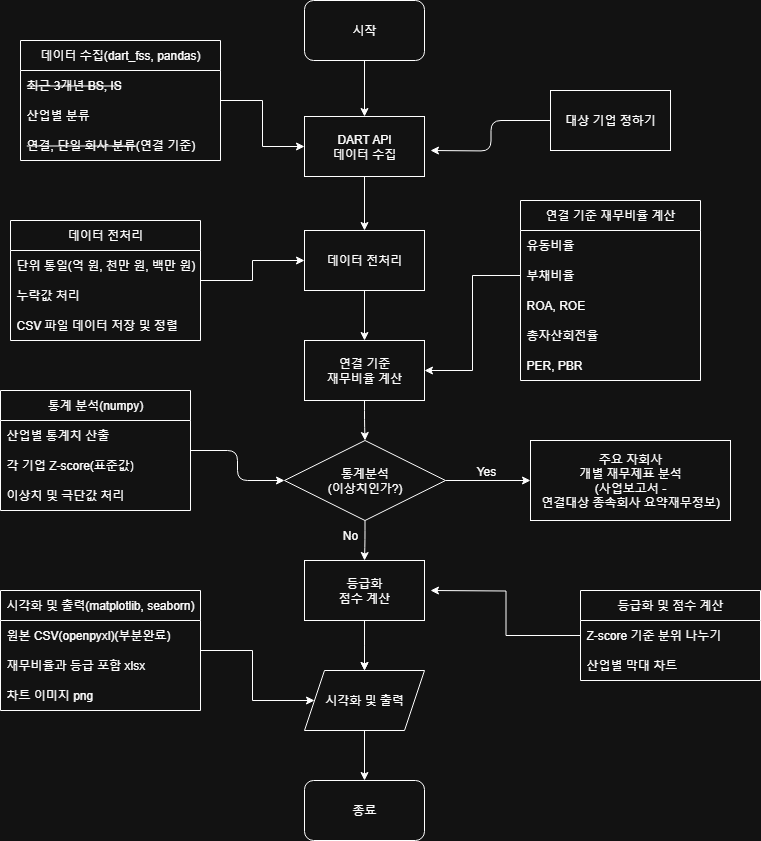
This is flowchart.png from Kumo139/dart_project, a draw.io export, as it was before one commit. Source tidied: cells renumbered, new cells last; positions are measured from the earlier drawing's top-left corner, leaving out a move shared by most shapes. The source it was exported from:
```xml
<mxGraphModel>
  <root>
    <mxCell id="0" />
    <mxCell id="1" parent="0" />
    <mxCell id="2" style="edgeStyle=orthogonalEdgeStyle;rounded=0;jettySize=auto;html=1;labelBackgroundColor=none;fontColor=default;entryX=0.5;entryY=0;entryDx=0;entryDy=0;" parent="1" edge="1" source="3" target="5">
      <mxGeometry relative="1" as="geometry" />
    </mxCell>
    <mxCell id="3" value="시작" style="rounded=1;whiteSpace=wrap;html=1;labelBackgroundColor=none;" parent="1" vertex="1">
      <mxGeometry x="304" width="120" height="60" as="geometry" />
    </mxCell>
    <mxCell id="4" style="edgeStyle=orthogonalEdgeStyle;rounded=0;jettySize=auto;html=1;labelBackgroundColor=none;fontColor=default;" parent="1" edge="1" source="5" target="7">
      <mxGeometry relative="1" as="geometry" />
    </mxCell>
    <mxCell id="5" value="DART API&lt;br&gt;데이터 수집" style="rounded=0;whiteSpace=wrap;html=1;labelBackgroundColor=none;" parent="1" vertex="1">
      <mxGeometry x="304" y="116" width="120" height="60" as="geometry" />
    </mxCell>
    <mxCell id="6" style="edgeStyle=orthogonalEdgeStyle;rounded=0;jettySize=auto;html=1;labelBackgroundColor=none;fontColor=default;" parent="1" edge="1" source="7" target="9">
      <mxGeometry relative="1" as="geometry" />
    </mxCell>
    <mxCell id="7" value="데이터 전처리" style="rounded=0;whiteSpace=wrap;html=1;labelBackgroundColor=none;" parent="1" vertex="1">
      <mxGeometry x="304" y="230" width="120" height="60" as="geometry" />
    </mxCell>
    <mxCell id="8" style="edgeStyle=orthogonalEdgeStyle;jettySize=auto;html=1;" parent="1" edge="1" source="9" target="51">
      <mxGeometry relative="1" as="geometry" />
    </mxCell>
    <mxCell id="9" value="&lt;div&gt;연결 기준&lt;/div&gt;재무비율 계산" style="rounded=0;whiteSpace=wrap;html=1;labelBackgroundColor=none;" parent="1" vertex="1">
      <mxGeometry x="304" y="340" width="120" height="60" as="geometry" />
    </mxCell>
    <mxCell id="10" style="edgeStyle=orthogonalEdgeStyle;rounded=0;jettySize=auto;html=1;labelBackgroundColor=none;fontColor=default;" parent="1" edge="1" source="11">
      <mxGeometry relative="1" as="geometry">
        <mxPoint x="364" y="670" as="targetPoint" />
      </mxGeometry>
    </mxCell>
    <mxCell id="11" value="등급화&lt;div&gt;점수 계산&lt;/div&gt;" style="rounded=0;whiteSpace=wrap;html=1;labelBackgroundColor=none;" parent="1" vertex="1">
      <mxGeometry x="304" y="560" width="120" height="60" as="geometry" />
    </mxCell>
    <mxCell id="12" style="edgeStyle=orthogonalEdgeStyle;rounded=0;jettySize=auto;html=1;labelBackgroundColor=none;fontColor=default;" parent="1" edge="1" source="13" target="32">
      <mxGeometry relative="1" as="geometry" />
    </mxCell>
    <mxCell id="13" value="시각화 및 출력" style="shape=parallelogram;perimeter=parallelogramPerimeter;whiteSpace=wrap;html=1;fixedSize=1;labelBackgroundColor=none;" parent="1" vertex="1">
      <mxGeometry x="304" y="670" width="120" height="60" as="geometry" />
    </mxCell>
    <mxCell id="14" style="edgeStyle=orthogonalEdgeStyle;rounded=0;jettySize=auto;html=1;entryX=0;entryY=0.5;entryDx=0;entryDy=0;labelBackgroundColor=none;fontColor=default;" parent="1" edge="1" source="15" target="5">
      <mxGeometry relative="1" as="geometry" />
    </mxCell>
    <mxCell id="15" value="데이터 수집(dart_fss, pandas)" style="swimlane;fontStyle=0;horizontal=1;startSize=30;whiteSpace=wrap;html=1;labelBackgroundColor=none;" parent="1" vertex="1">
      <mxGeometry x="20" y="40" width="200" height="120" as="geometry" />
    </mxCell>
    <mxCell id="16" value="&lt;strike&gt;최근 3개년 BS, IS&lt;/strike&gt;" style="text;strokeColor=none;fillColor=none;align=left;verticalAlign=middle;spacingLeft=4;spacingRight=4;overflow=hidden;whiteSpace=wrap;html=1;labelBackgroundColor=none;" parent="15" vertex="1">
      <mxGeometry y="30" width="200" height="30" as="geometry" />
    </mxCell>
    <mxCell id="17" value="산업별 분류" style="text;strokeColor=none;fillColor=none;align=left;verticalAlign=middle;spacingLeft=4;spacingRight=4;overflow=hidden;whiteSpace=wrap;html=1;labelBackgroundColor=none;" parent="15" vertex="1">
      <mxGeometry y="60" width="200" height="30" as="geometry" />
    </mxCell>
    <mxCell id="18" value="&lt;strike&gt;연결, 단일 회사 분류&lt;/strike&gt;(연결 기준)" style="text;strokeColor=none;fillColor=none;align=left;verticalAlign=middle;spacingLeft=4;spacingRight=4;overflow=hidden;whiteSpace=wrap;html=1;labelBackgroundColor=none;" parent="15" vertex="1">
      <mxGeometry y="90" width="200" height="30" as="geometry" />
    </mxCell>
    <mxCell id="19" style="edgeStyle=orthogonalEdgeStyle;rounded=0;jettySize=auto;html=1;entryX=0;entryY=0.5;entryDx=0;entryDy=0;labelBackgroundColor=none;fontColor=default;" parent="1" edge="1" source="20" target="7">
      <mxGeometry relative="1" as="geometry" />
    </mxCell>
    <mxCell id="20" value="데이터 전처리" style="swimlane;fontStyle=0;horizontal=1;startSize=30;whiteSpace=wrap;html=1;labelBackgroundColor=none;" parent="1" vertex="1">
      <mxGeometry x="10" y="220" width="190" height="120" as="geometry" />
    </mxCell>
    <mxCell id="21" value="단위 통일(억 원, 천만 원, 백만 원)" style="text;strokeColor=none;fillColor=none;align=left;verticalAlign=middle;spacingLeft=4;spacingRight=4;overflow=hidden;whiteSpace=wrap;html=1;labelBackgroundColor=none;" parent="20" vertex="1">
      <mxGeometry y="30" width="190" height="30" as="geometry" />
    </mxCell>
    <mxCell id="22" value="누락값 처리" style="text;strokeColor=none;fillColor=none;align=left;verticalAlign=middle;spacingLeft=4;spacingRight=4;overflow=hidden;whiteSpace=wrap;html=1;labelBackgroundColor=none;" parent="20" vertex="1">
      <mxGeometry y="60" width="190" height="30" as="geometry" />
    </mxCell>
    <mxCell id="23" value="CSV 파일 데이터 저장 및 정렬" style="text;strokeColor=none;fillColor=none;align=left;verticalAlign=middle;spacingLeft=4;spacingRight=4;overflow=hidden;whiteSpace=wrap;html=1;labelBackgroundColor=none;" parent="20" vertex="1">
      <mxGeometry y="90" width="190" height="30" as="geometry" />
    </mxCell>
    <mxCell id="24" value="연결 기준 재무비율 계산" style="swimlane;fontStyle=0;horizontal=1;startSize=30;whiteSpace=wrap;html=1;labelBackgroundColor=none;" parent="1" vertex="1">
      <mxGeometry x="520" y="200" width="180" height="180" as="geometry" />
    </mxCell>
    <mxCell id="25" value="유동비율" style="text;strokeColor=none;fillColor=none;align=left;verticalAlign=middle;spacingLeft=4;spacingRight=4;overflow=hidden;whiteSpace=wrap;html=1;labelBackgroundColor=none;" parent="24" vertex="1">
      <mxGeometry y="30" width="180" height="30" as="geometry" />
    </mxCell>
    <mxCell id="26" value="부채비율" style="text;strokeColor=none;fillColor=none;align=left;verticalAlign=middle;spacingLeft=4;spacingRight=4;overflow=hidden;points=[[0,0.5],[1,0.5]];portConstraint=eastwest;whiteSpace=wrap;html=1;labelBackgroundColor=none;" parent="24" vertex="1">
      <mxGeometry y="60" width="180" height="30" as="geometry" />
    </mxCell>
    <mxCell id="27" value="ROA, ROE" style="text;strokeColor=none;fillColor=none;align=left;verticalAlign=middle;spacingLeft=4;spacingRight=4;overflow=hidden;whiteSpace=wrap;html=1;labelBackgroundColor=none;" parent="24" vertex="1">
      <mxGeometry y="90" width="180" height="30" as="geometry" />
    </mxCell>
    <mxCell id="28" value="총자산회전율" style="text;strokeColor=none;fillColor=none;align=left;verticalAlign=middle;spacingLeft=4;spacingRight=4;overflow=hidden;whiteSpace=wrap;html=1;labelBackgroundColor=none;" parent="24" vertex="1">
      <mxGeometry y="120" width="180" height="30" as="geometry" />
    </mxCell>
    <mxCell id="29" value="PER, PBR" style="text;strokeColor=none;fillColor=none;align=left;verticalAlign=middle;spacingLeft=4;spacingRight=4;overflow=hidden;whiteSpace=wrap;html=1;labelBackgroundColor=none;" parent="24" vertex="1">
      <mxGeometry y="150" width="180" height="30" as="geometry" />
    </mxCell>
    <mxCell id="30" style="edgeStyle=orthogonalEdgeStyle;rounded=0;jettySize=auto;html=1;entryX=1;entryY=0.5;entryDx=0;entryDy=0;labelBackgroundColor=none;fontColor=default;" parent="1" edge="1" source="26" target="9">
      <mxGeometry relative="1" as="geometry" />
    </mxCell>
    <mxCell id="31" style="edgeStyle=orthogonalEdgeStyle;rounded=0;jettySize=auto;html=1;labelBackgroundColor=none;fontColor=default;" parent="1" edge="1" source="11">
      <mxGeometry relative="1" as="geometry">
        <mxPoint x="364" y="670" as="targetPoint" />
        <Array as="points">
          <mxPoint x="364" y="645" />
          <mxPoint x="364" y="645" />
        </Array>
      </mxGeometry>
    </mxCell>
    <mxCell id="32" value="종료" style="rounded=1;whiteSpace=wrap;html=1;labelBackgroundColor=none;" parent="1" vertex="1">
      <mxGeometry x="304" y="780" width="120" height="60" as="geometry" />
    </mxCell>
    <mxCell id="33" style="edgeStyle=orthogonalEdgeStyle;jettySize=auto;html=1;" parent="1" edge="1" source="34" target="51">
      <mxGeometry relative="1" as="geometry" />
    </mxCell>
    <mxCell id="34" value="통계 분석(numpy)" style="swimlane;fontStyle=0;horizontal=1;startSize=30;whiteSpace=wrap;html=1;labelBackgroundColor=none;" parent="1" vertex="1">
      <mxGeometry y="390" width="190" height="120" as="geometry" />
    </mxCell>
    <mxCell id="35" value="산업별 통계치 산출" style="text;strokeColor=none;fillColor=none;align=left;verticalAlign=middle;spacingLeft=4;spacingRight=4;overflow=hidden;whiteSpace=wrap;html=1;labelBackgroundColor=none;" parent="34" vertex="1">
      <mxGeometry y="30" width="190" height="30" as="geometry" />
    </mxCell>
    <mxCell id="36" value="각 기업 Z-score(표준값)" style="text;strokeColor=none;fillColor=none;align=left;verticalAlign=middle;spacingLeft=4;spacingRight=4;overflow=hidden;whiteSpace=wrap;html=1;labelBackgroundColor=none;" parent="34" vertex="1">
      <mxGeometry y="60" width="190" height="30" as="geometry" />
    </mxCell>
    <mxCell id="37" value="이상치 및 극단값 처리" style="text;strokeColor=none;fillColor=none;align=left;verticalAlign=middle;spacingLeft=4;spacingRight=4;overflow=hidden;whiteSpace=wrap;html=1;labelBackgroundColor=none;" parent="34" vertex="1">
      <mxGeometry y="90" width="190" height="30" as="geometry" />
    </mxCell>
    <mxCell id="38" style="edgeStyle=orthogonalEdgeStyle;rounded=0;jettySize=auto;html=1;labelBackgroundColor=none;fontColor=default;" parent="1" edge="1" source="39">
      <mxGeometry relative="1" as="geometry">
        <mxPoint x="430" y="590" as="targetPoint" />
      </mxGeometry>
    </mxCell>
    <mxCell id="39" value="등급화 및 점수 계산" style="swimlane;fontStyle=0;horizontal=1;startSize=30;whiteSpace=wrap;html=1;labelBackgroundColor=none;" parent="1" vertex="1">
      <mxGeometry x="580" y="590" width="180" height="90" as="geometry" />
    </mxCell>
    <mxCell id="40" value="Z-score 기준 분위 나누기" style="text;strokeColor=none;fillColor=none;align=left;verticalAlign=middle;spacingLeft=4;spacingRight=4;overflow=hidden;whiteSpace=wrap;html=1;labelBackgroundColor=none;" parent="39" vertex="1">
      <mxGeometry y="30" width="180" height="30" as="geometry" />
    </mxCell>
    <mxCell id="41" value="산업별 막대 차트" style="text;strokeColor=none;fillColor=none;align=left;verticalAlign=middle;spacingLeft=4;spacingRight=4;overflow=hidden;whiteSpace=wrap;html=1;labelBackgroundColor=none;" parent="39" vertex="1">
      <mxGeometry y="60" width="180" height="30" as="geometry" />
    </mxCell>
    <mxCell id="42" style="edgeStyle=orthogonalEdgeStyle;jettySize=auto;html=1;entryX=0;entryY=0.5;entryDx=0;entryDy=0;rounded=0;curved=0;" parent="1" edge="1" source="43" target="13">
      <mxGeometry relative="1" as="geometry" />
    </mxCell>
    <mxCell id="43" value="시각화 및 출력(matplotlib, seaborn)" style="swimlane;fontStyle=0;horizontal=1;startSize=30;whiteSpace=wrap;html=1;" parent="1" vertex="1">
      <mxGeometry y="590" width="200" height="120" as="geometry" />
    </mxCell>
    <mxCell id="44" value="원본 CSV(openpyxl)(부분완료)" style="text;strokeColor=none;fillColor=none;align=left;verticalAlign=middle;spacingLeft=4;spacingRight=4;overflow=hidden;whiteSpace=wrap;html=1;" parent="43" vertex="1">
      <mxGeometry y="30" width="200" height="30" as="geometry" />
    </mxCell>
    <mxCell id="45" value="재무비율과 등급 포함 xlsx" style="text;strokeColor=none;fillColor=none;align=left;verticalAlign=middle;spacingLeft=4;spacingRight=4;overflow=hidden;whiteSpace=wrap;html=1;" parent="43" vertex="1">
      <mxGeometry y="60" width="200" height="30" as="geometry" />
    </mxCell>
    <mxCell id="46" value="차트 이미지 png" style="text;strokeColor=none;fillColor=none;align=left;verticalAlign=middle;spacingLeft=4;spacingRight=4;overflow=hidden;whiteSpace=wrap;html=1;" parent="43" vertex="1">
      <mxGeometry y="90" width="200" height="30" as="geometry" />
    </mxCell>
    <mxCell id="47" style="edgeStyle=orthogonalEdgeStyle;jettySize=auto;html=1;" parent="1" edge="1" source="48">
      <mxGeometry relative="1" as="geometry">
        <mxPoint x="430" y="150" as="targetPoint" />
      </mxGeometry>
    </mxCell>
    <mxCell id="48" value="대상 기업 정하기" style="rounded=0;whiteSpace=wrap;html=1;" parent="1" vertex="1">
      <mxGeometry x="550" y="90" width="120" height="60" as="geometry" />
    </mxCell>
    <mxCell id="49" style="edgeStyle=orthogonalEdgeStyle;jettySize=auto;html=1;" parent="1" edge="1" source="51" target="11">
      <mxGeometry relative="1" as="geometry" />
    </mxCell>
    <mxCell id="50" style="edgeStyle=orthogonalEdgeStyle;jettySize=auto;html=1;" parent="1" edge="1" source="51" target="52">
      <mxGeometry relative="1" as="geometry" />
    </mxCell>
    <mxCell id="51" value="통계분석&lt;div&gt;(이상치인가?)&lt;/div&gt;" style="rhombus;whiteSpace=wrap;html=1;" parent="1" vertex="1">
      <mxGeometry x="284" y="440" width="161" height="80" as="geometry" />
    </mxCell>
    <mxCell id="52" value="주요 자회사&lt;div&gt;개별 재무제표 분석&lt;/div&gt;&lt;div&gt;(사업보고서 -&lt;/div&gt;&lt;div&gt;연결대상 종속회사 요약재무정보)&lt;/div&gt;" style="rounded=0;whiteSpace=wrap;html=1;" parent="1" vertex="1">
      <mxGeometry x="530" y="440" width="200" height="80" as="geometry" />
    </mxCell>
    <mxCell id="53" value="Yes" style="text;html=1;align=center;verticalAlign=middle;whiteSpace=wrap;rounded=0;" parent="1" vertex="1">
      <mxGeometry x="456" y="456" width="60" height="30" as="geometry" />
    </mxCell>
    <mxCell id="54" value="No" style="text;html=1;align=center;verticalAlign=middle;whiteSpace=wrap;rounded=0;" parent="1" vertex="1">
      <mxGeometry x="320" y="520" width="60" height="30" as="geometry" />
    </mxCell>
  </root>
</mxGraphModel>
```
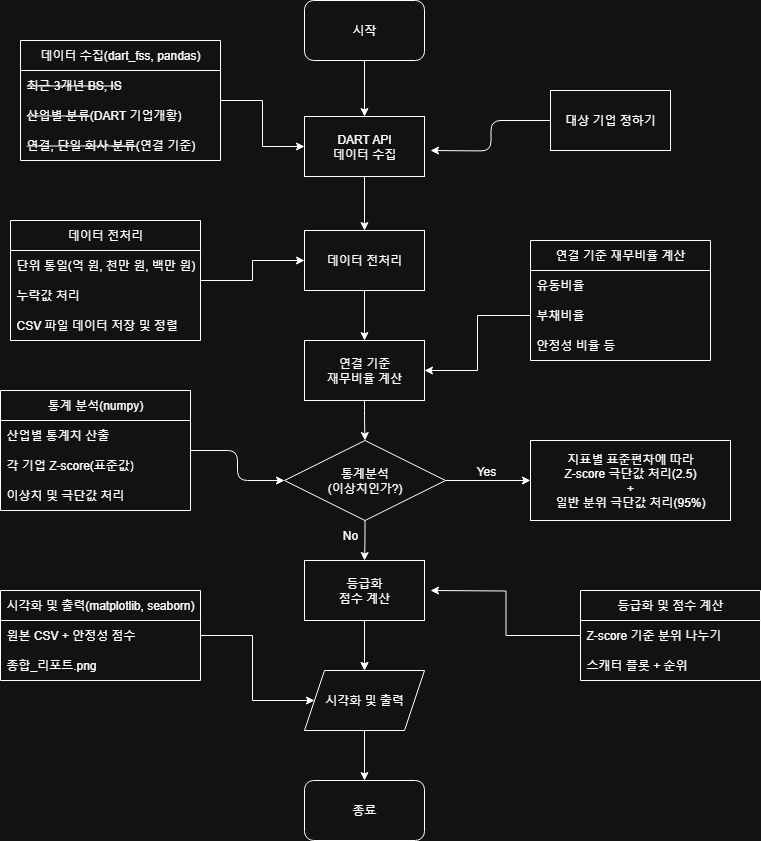
The same file after the commit.

Commit message:
플로우차트 수정

The edit, as a diff of the source:
```diff
@@ -49,7 +49,7 @@
     <mxCell id="16" value="&lt;strike&gt;최근 3개년 BS, IS&lt;/strike&gt;" style="text;strokeColor=none;fillColor=none;align=left;verticalAlign=middle;spacingLeft=4;spacingRight=4;overflow=hidden;whiteSpace=wrap;html=1;labelBackgroundColor=none;" parent="15" vertex="1">
       <mxGeometry y="30" width="200" height="30" as="geometry" />
     </mxCell>
-    <mxCell id="17" value="산업별 분류" style="text;strokeColor=none;fillColor=none;align=left;verticalAlign=middle;spacingLeft=4;spacingRight=4;overflow=hidden;whiteSpace=wrap;html=1;labelBackgroundColor=none;" parent="15" vertex="1">
+    <mxCell id="17" value="&lt;strike&gt;산업별 분류&lt;/strike&gt;(DART 기업개황)" style="text;strokeColor=none;fillColor=none;align=left;verticalAlign=middle;spacingLeft=4;spacingRight=4;overflow=hidden;whiteSpace=wrap;html=1;labelBackgroundColor=none;" parent="15" vertex="1">
       <mxGeometry y="60" width="200" height="30" as="geometry" />
     </mxCell>
     <mxCell id="18" value="&lt;strike&gt;연결, 단일 회사 분류&lt;/strike&gt;(연결 기준)" style="text;strokeColor=none;fillColor=none;align=left;verticalAlign=middle;spacingLeft=4;spacingRight=4;overflow=hidden;whiteSpace=wrap;html=1;labelBackgroundColor=none;" parent="15" vertex="1">
@@ -71,7 +71,7 @@
       <mxGeometry y="90" width="190" height="30" as="geometry" />
     </mxCell>
     <mxCell id="24" value="연결 기준 재무비율 계산" style="swimlane;fontStyle=0;horizontal=1;startSize=30;whiteSpace=wrap;html=1;labelBackgroundColor=none;" parent="1" vertex="1">
-      <mxGeometry x="520" y="200" width="180" height="180" as="geometry" />
+      <mxGeometry x="530" y="240" width="180" height="120" as="geometry" />
     </mxCell>
     <mxCell id="25" value="유동비율" style="text;strokeColor=none;fillColor=none;align=left;verticalAlign=middle;spacingLeft=4;spacingRight=4;overflow=hidden;whiteSpace=wrap;html=1;labelBackgroundColor=none;" parent="24" vertex="1">
       <mxGeometry y="30" width="180" height="30" as="geometry" />
@@ -79,15 +79,9 @@
     <mxCell id="26" value="부채비율" style="text;strokeColor=none;fillColor=none;align=left;verticalAlign=middle;spacingLeft=4;spacingRight=4;overflow=hidden;points=[[0,0.5],[1,0.5]];portConstraint=eastwest;whiteSpace=wrap;html=1;labelBackgroundColor=none;" parent="24" vertex="1">
       <mxGeometry y="60" width="180" height="30" as="geometry" />
     </mxCell>
-    <mxCell id="27" value="ROA, ROE" style="text;strokeColor=none;fillColor=none;align=left;verticalAlign=middle;spacingLeft=4;spacingRight=4;overflow=hidden;whiteSpace=wrap;html=1;labelBackgroundColor=none;" parent="24" vertex="1">
-      <mxGeometry y="90" width="180" height="30" as="geometry" />
-    </mxCell>
-    <mxCell id="28" value="총자산회전율" style="text;strokeColor=none;fillColor=none;align=left;verticalAlign=middle;spacingLeft=4;spacingRight=4;overflow=hidden;whiteSpace=wrap;html=1;labelBackgroundColor=none;" parent="24" vertex="1">
-      <mxGeometry y="120" width="180" height="30" as="geometry" />
-    </mxCell>
-    <mxCell id="29" value="PER, PBR" style="text;strokeColor=none;fillColor=none;align=left;verticalAlign=middle;spacingLeft=4;spacingRight=4;overflow=hidden;whiteSpace=wrap;html=1;labelBackgroundColor=none;" parent="24" vertex="1">
-      <mxGeometry y="150" width="180" height="30" as="geometry" />
-    </mxCell>
+    <mxCell id="55" value="안정성 비율 등" style="text;strokeColor=none;fillColor=none;align=left;verticalAlign=middle;spacingLeft=4;spacingRight=4;overflow=hidden;whiteSpace=wrap;html=1;labelBackgroundColor=none;" parent="24" vertex="1">
+      <mxGeometry y="90" width="180" height="30" as="geometry" />
+    </mxCell>
     <mxCell id="30" style="edgeStyle=orthogonalEdgeStyle;rounded=0;jettySize=auto;html=1;entryX=1;entryY=0.5;entryDx=0;entryDy=0;labelBackgroundColor=none;fontColor=default;" parent="1" edge="1" source="26" target="9">
       <mxGeometry relative="1" as="geometry" />
     </mxCell>
@@ -129,23 +123,20 @@
     <mxCell id="40" value="Z-score 기준 분위 나누기" style="text;strokeColor=none;fillColor=none;align=left;verticalAlign=middle;spacingLeft=4;spacingRight=4;overflow=hidden;whiteSpace=wrap;html=1;labelBackgroundColor=none;" parent="39" vertex="1">
       <mxGeometry y="30" width="180" height="30" as="geometry" />
     </mxCell>
-    <mxCell id="41" value="산업별 막대 차트" style="text;strokeColor=none;fillColor=none;align=left;verticalAlign=middle;spacingLeft=4;spacingRight=4;overflow=hidden;whiteSpace=wrap;html=1;labelBackgroundColor=none;" parent="39" vertex="1">
+    <mxCell id="41" value="스캐터 플롯 + 순위" style="text;strokeColor=none;fillColor=none;align=left;verticalAlign=middle;spacingLeft=4;spacingRight=4;overflow=hidden;whiteSpace=wrap;html=1;labelBackgroundColor=none;" parent="39" vertex="1">
       <mxGeometry y="60" width="180" height="30" as="geometry" />
     </mxCell>
     <mxCell id="42" style="edgeStyle=orthogonalEdgeStyle;jettySize=auto;html=1;entryX=0;entryY=0.5;entryDx=0;entryDy=0;rounded=0;curved=0;" parent="1" edge="1" source="43" target="13">
       <mxGeometry relative="1" as="geometry" />
     </mxCell>
     <mxCell id="43" value="시각화 및 출력(matplotlib, seaborn)" style="swimlane;fontStyle=0;horizontal=1;startSize=30;whiteSpace=wrap;html=1;" parent="1" vertex="1">
-      <mxGeometry y="590" width="200" height="120" as="geometry" />
+      <mxGeometry y="590" width="200" height="90" as="geometry" />
     </mxCell>
-    <mxCell id="44" value="원본 CSV(openpyxl)(부분완료)" style="text;strokeColor=none;fillColor=none;align=left;verticalAlign=middle;spacingLeft=4;spacingRight=4;overflow=hidden;whiteSpace=wrap;html=1;" parent="43" vertex="1">
+    <mxCell id="44" value="원본 CSV + 안정성 점수" style="text;strokeColor=none;fillColor=none;align=left;verticalAlign=middle;spacingLeft=4;spacingRight=4;overflow=hidden;whiteSpace=wrap;html=1;" parent="43" vertex="1">
       <mxGeometry y="30" width="200" height="30" as="geometry" />
     </mxCell>
-    <mxCell id="45" value="재무비율과 등급 포함 xlsx" style="text;strokeColor=none;fillColor=none;align=left;verticalAlign=middle;spacingLeft=4;spacingRight=4;overflow=hidden;whiteSpace=wrap;html=1;" parent="43" vertex="1">
-      <mxGeometry y="60" width="200" height="30" as="geometry" />
-    </mxCell>
-    <mxCell id="46" value="차트 이미지 png" style="text;strokeColor=none;fillColor=none;align=left;verticalAlign=middle;spacingLeft=4;spacingRight=4;overflow=hidden;whiteSpace=wrap;html=1;" parent="43" vertex="1">
-      <mxGeometry y="90" width="200" height="30" as="geometry" />
+    <mxCell id="46" value="종합_리포트.png" style="text;strokeColor=none;fillColor=none;align=left;verticalAlign=middle;spacingLeft=4;spacingRight=4;overflow=hidden;whiteSpace=wrap;html=1;" parent="43" vertex="1">
+      <mxGeometry y="60" width="200" height="30" as="geometry" />
     </mxCell>
     <mxCell id="47" style="edgeStyle=orthogonalEdgeStyle;jettySize=auto;html=1;" parent="1" edge="1" source="48">
       <mxGeometry relative="1" as="geometry">
@@ -164,7 +155,7 @@
     <mxCell id="51" value="통계분석&lt;div&gt;(이상치인가?)&lt;/div&gt;" style="rhombus;whiteSpace=wrap;html=1;" parent="1" vertex="1">
       <mxGeometry x="284" y="440" width="161" height="80" as="geometry" />
     </mxCell>
-    <mxCell id="52" value="주요 자회사&lt;div&gt;개별 재무제표 분석&lt;/div&gt;&lt;div&gt;(사업보고서 -&lt;/div&gt;&lt;div&gt;연결대상 종속회사 요약재무정보)&lt;/div&gt;" style="rounded=0;whiteSpace=wrap;html=1;" parent="1" vertex="1">
+    <mxCell id="52" value="지표별 표준편차에 따라&lt;div&gt;Z-score 극단값 처리(2.5)&lt;/div&gt;&lt;div&gt;+&lt;/div&gt;&lt;div&gt;일반 분위 극단값 처리(95%)&lt;/div&gt;" style="rounded=0;whiteSpace=wrap;html=1;" parent="1" vertex="1">
       <mxGeometry x="530" y="440" width="200" height="80" as="geometry" />
     </mxCell>
     <mxCell id="53" value="Yes" style="text;html=1;align=center;verticalAlign=middle;whiteSpace=wrap;rounded=0;" parent="1" vertex="1">
```
